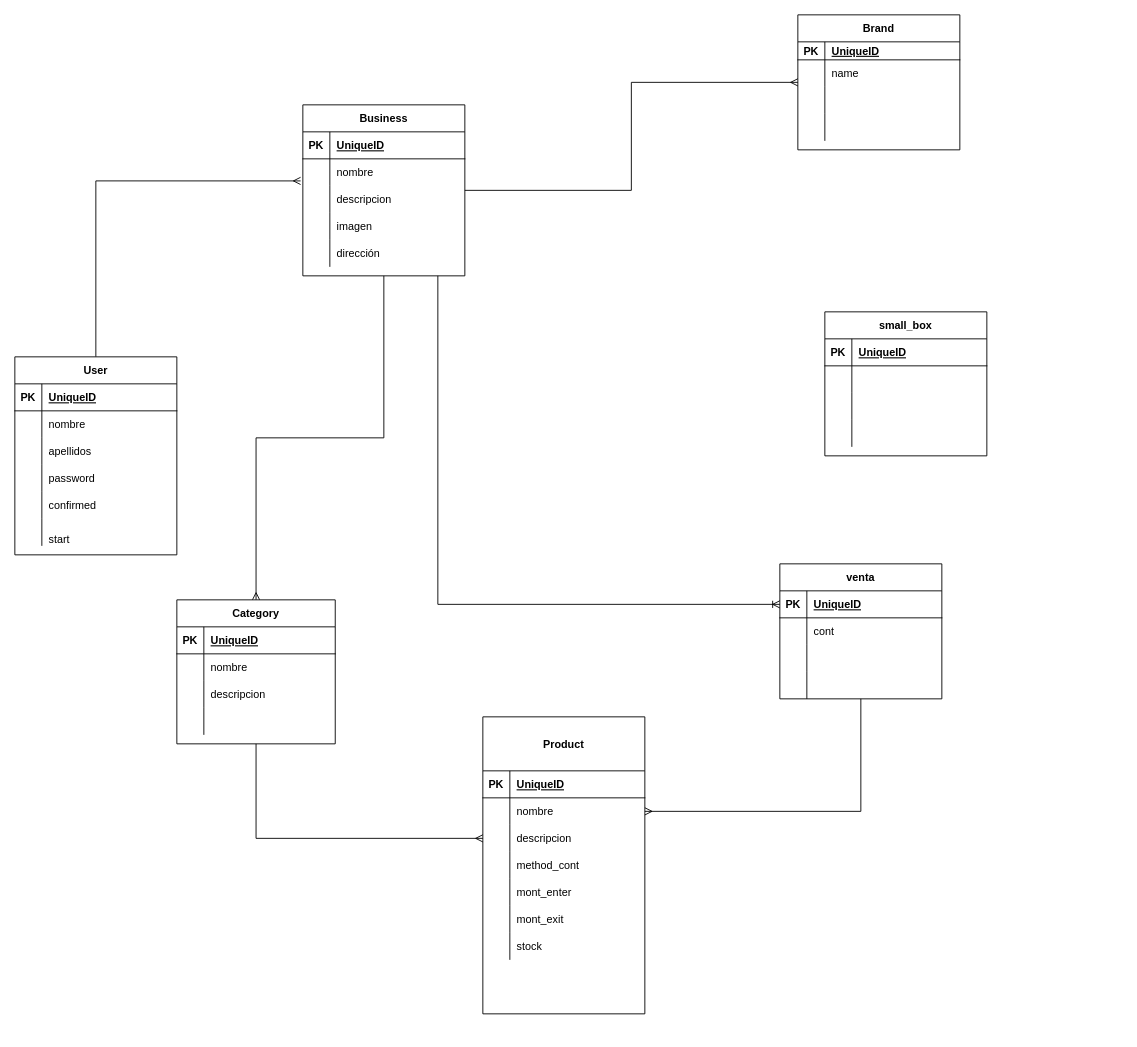
This is page "bd_store_helper" (1 of 3) of resources/bd.drawio from chickenLeobar/storeapp, a draw.io file, before an edit. Source tidied: cells renumbered, new cells numbered last; positions are measured from the earlier drawing's top-left corner, leaving out a move shared by most shapes. Both pictures are drawn from the tidied source at 90%, with x=0, y=0 at pixel (14, 14).
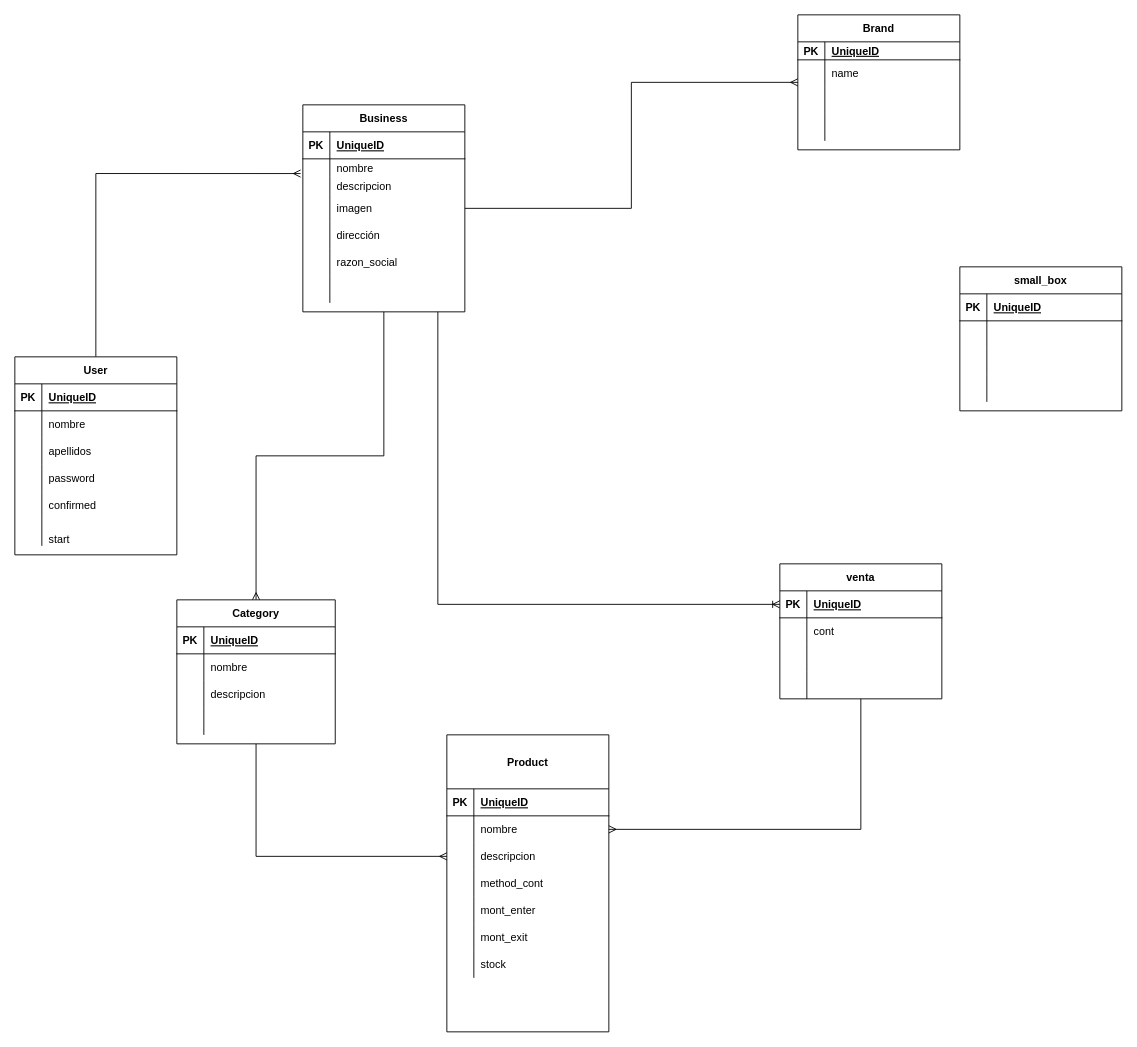
The same diagram, later.

The edit, as a diff of the source:
```diff
@@
     <mxCell id="25" value="Business" style="shape=table;startSize=30;childLayout=tableLayout;rowLines=0;fontStyle=1;align=center;" parent="1" vertex="1">
-      <mxGeometry x="320" y="100" width="180" height="190" as="geometry" />
+      <mxGeometry x="320" y="100" width="180" height="230" as="geometry" />
     </mxCell>
@@
     <mxCell id="29" style="shape=partialRectangle;fillColor=none;top=0;left=0;bottom=0;right=0;points=[[0,0.5],[1,0.5]];portConstraint=eastwest;" parent="25" vertex="1">
-      <mxGeometry y="60" width="180" height="30" as="geometry" />
+      <mxGeometry y="60" width="180" height="20" as="geometry" />
     </mxCell>
     <mxCell id="30" style="shape=partialRectangle;fillColor=none;top=0;left=0;bottom=0;right=0;overflow=hidden;" parent="29" vertex="1">
-      <mxGeometry width="30" height="30" as="geometry" />
+      <mxGeometry width="30" height="20" as="geometry" />
     </mxCell>
     <mxCell id="31" value="nombre" style="shape=partialRectangle;fillColor=none;top=0;left=0;bottom=0;right=0;align=left;spacingLeft=6;overflow=hidden;" parent="29" vertex="1">
-      <mxGeometry x="30" width="150" height="30" as="geometry" />
+      <mxGeometry x="30" width="150" height="20" as="geometry" />
     </mxCell>
     <mxCell id="32" style="shape=partialRectangle;fillColor=none;top=0;left=0;bottom=0;right=0;" parent="25" vertex="1">
-      <mxGeometry y="90" width="180" height="30" as="geometry" />
+      <mxGeometry y="80" width="180" height="20" as="geometry" />
     </mxCell>
     <mxCell id="33" style="shape=partialRectangle;fillColor=none;top=0;left=0;bottom=0;right=0;overflow=hidden;" parent="32" vertex="1">
-      <mxGeometry width="30" height="30" as="geometry" />
+      <mxGeometry width="30" height="20" as="geometry" />
     </mxCell>
     <mxCell id="34" value="descripcion" style="shape=partialRectangle;fillColor=none;top=0;left=0;bottom=0;right=0;align=left;spacingLeft=6;overflow=hidden;" parent="32" vertex="1">
-      <mxGeometry x="30" width="150" height="30" as="geometry" />
+      <mxGeometry x="30" width="150" height="20" as="geometry" />
     </mxCell>
     <mxCell id="35" style="shape=partialRectangle;fillColor=none;top=0;left=0;bottom=0;right=0;" parent="25" vertex="1">
-      <mxGeometry y="120" width="180" height="30" as="geometry" />
+      <mxGeometry y="100" width="180" height="30" as="geometry" />
     </mxCell>
@@
     <mxCell id="38" style="shape=partialRectangle;fillColor=none;top=0;left=0;bottom=0;right=0;" parent="25" vertex="1">
-      <mxGeometry y="150" width="180" height="30" as="geometry" />
+      <mxGeometry y="130" width="180" height="30" as="geometry" />
     </mxCell>
@@
+    <mxCell id="117" style="shape=partialRectangle;fillColor=none;top=0;left=0;bottom=0;right=0;" parent="25" vertex="1">
+      <mxGeometry y="160" width="180" height="30" as="geometry" />
+    </mxCell>
+    <mxCell id="118" style="shape=partialRectangle;fillColor=none;top=0;left=0;bottom=0;right=0;overflow=hidden;" parent="117" vertex="1">
+      <mxGeometry width="30" height="30" as="geometry" />
+    </mxCell>
+    <mxCell id="119" value="razon_social" style="shape=partialRectangle;fillColor=none;top=0;left=0;bottom=0;right=0;align=left;spacingLeft=6;overflow=hidden;" parent="117" vertex="1">
+      <mxGeometry x="30" width="150" height="30" as="geometry" />
+    </mxCell>
+    <mxCell id="120" style="shape=partialRectangle;fillColor=none;top=0;left=0;bottom=0;right=0;" parent="25" vertex="1">
+      <mxGeometry y="190" width="180" height="30" as="geometry" />
+    </mxCell>
+    <mxCell id="121" style="shape=partialRectangle;fillColor=none;top=0;left=0;bottom=0;right=0;overflow=hidden;" parent="120" vertex="1">
+      <mxGeometry width="30" height="30" as="geometry" />
+    </mxCell>
+    <mxCell id="122" style="shape=partialRectangle;fillColor=none;top=0;left=0;bottom=0;right=0;align=left;spacingLeft=6;overflow=hidden;" parent="120" vertex="1">
+      <mxGeometry x="30" width="150" height="30" as="geometry" />
+    </mxCell>
     <mxCell id="41" value="Product" style="shape=table;startSize=60;childLayout=tableLayout;rowLines=0;fontStyle=1;align=center;" parent="1" vertex="1">
-      <mxGeometry x="520" y="780" width="180" height="330" as="geometry" />
+      <mxGeometry x="480" y="800" width="180" height="330" as="geometry" />
     </mxCell>
@@
     <mxCell id="104" value="small_box" style="shape=table;startSize=30;childLayout=tableLayout;rowLines=0;fontStyle=1;align=center;" parent="1" vertex="1">
-      <mxGeometry x="900" y="330" width="180" height="160" as="geometry" />
+      <mxGeometry x="1050" y="280" width="180" height="160" as="geometry" />
     </mxCell>
```
